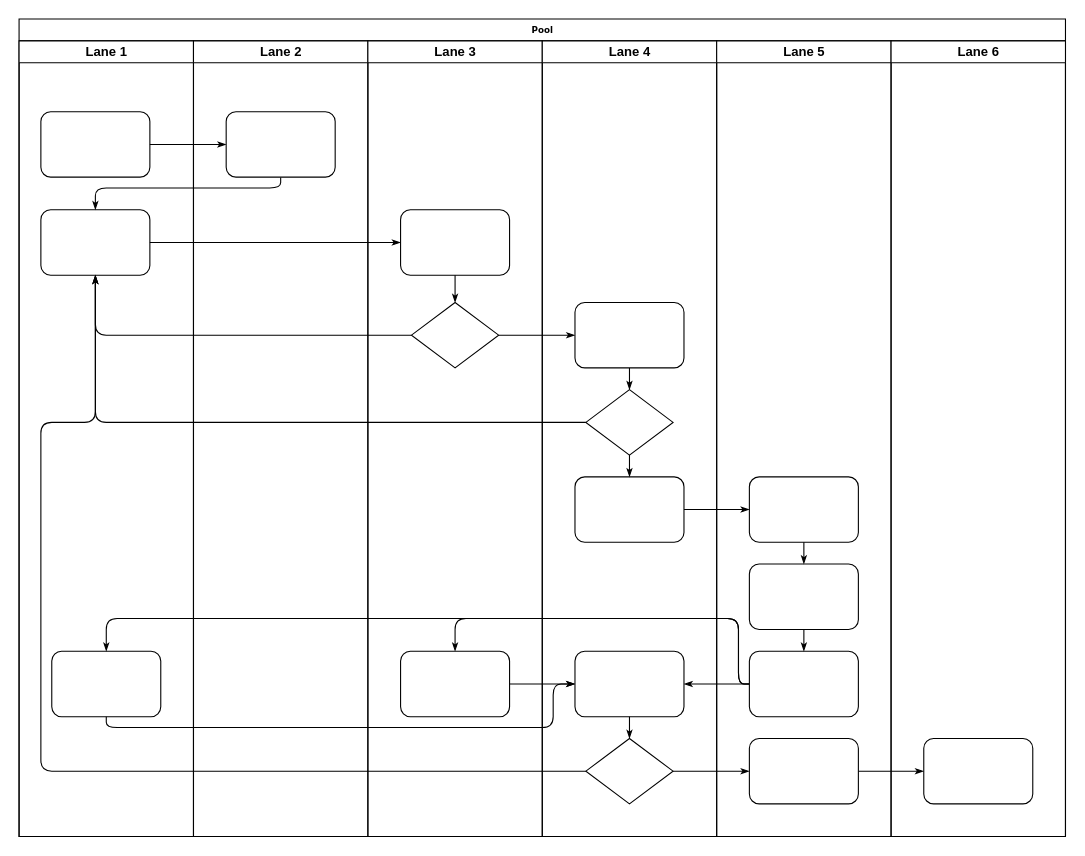
Earlier version of the draw.io diagram 未命名绘图.drawio (alan1111/XiaoAn). Source tidied: cells renumbered, new cells numbered last; positions are measured from the earlier drawing's top-left corner, leaving out a move shared by most shapes. Both pictures are drawn from the tidied source at 109%, with x=0, y=0 at pixel (19, 19).
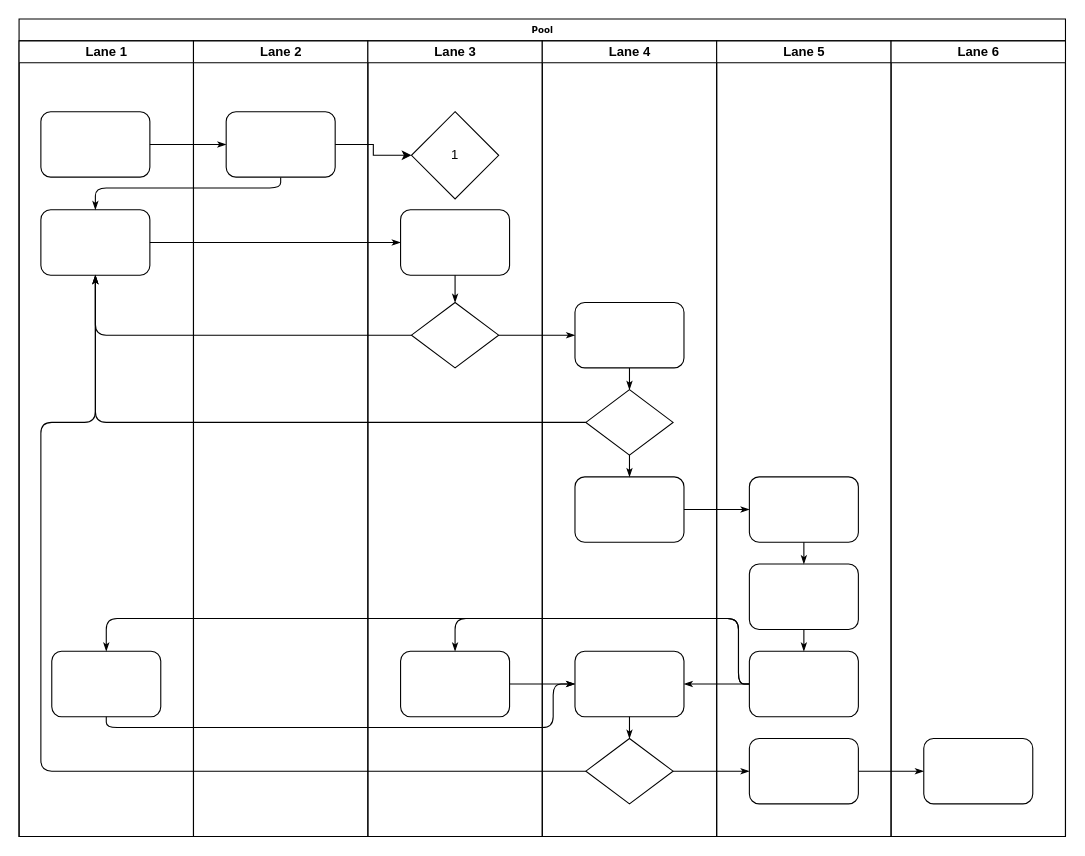
The same diagram, later.

Unchanged cells that the change refers to:
```xml
<mxCell id="2" value="Pool" style="swimlane;html=1;startSize=20;rounded=0;shadow=0;labelBackgroundColor=none;strokeWidth=1;fontFamily=Verdana;fontSize=8;align=center;" parent="1" vertex="1">
  <mxGeometry width="960" height="750" as="geometry" />
</mxCell>
<mxCell id="23" style="rounded=1;whiteSpace=wrap;html=1;shadow=0;labelBackgroundColor=none;strokeWidth=1;fontFamily=Verdana;fontSize=8;align=center;" parent="22" vertex="1">
  <mxGeometry x="30" y="65" width="100" height="60" as="geometry" />
</mxCell>
<mxCell id="24" value="Lane 3" style="swimlane;html=1;startSize=20;" parent="2" vertex="1">
  <mxGeometry x="320" y="20" width="160" height="730" as="geometry" />
</mxCell>
```

Diff of the diagram source:
```diff
@@
+    <mxCell id="47" value="1" style="rhombus;whiteSpace=wrap;html=1;" parent="24" vertex="1">
+      <mxGeometry x="40" y="65" width="80" height="80" as="geometry" />
+    </mxCell>
@@
+    <mxCell id="48" style="edgeStyle=orthogonalEdgeStyle;rounded=0;jettySize=auto;html=1;exitX=1;exitY=0.5;exitDx=0;exitDy=0;entryX=0;entryY=0.5;entryDx=0;entryDy=0;" parent="2" edge="1" source="23" target="47">
+      <mxGeometry relative="1" as="geometry" />
+    </mxCell>
```
